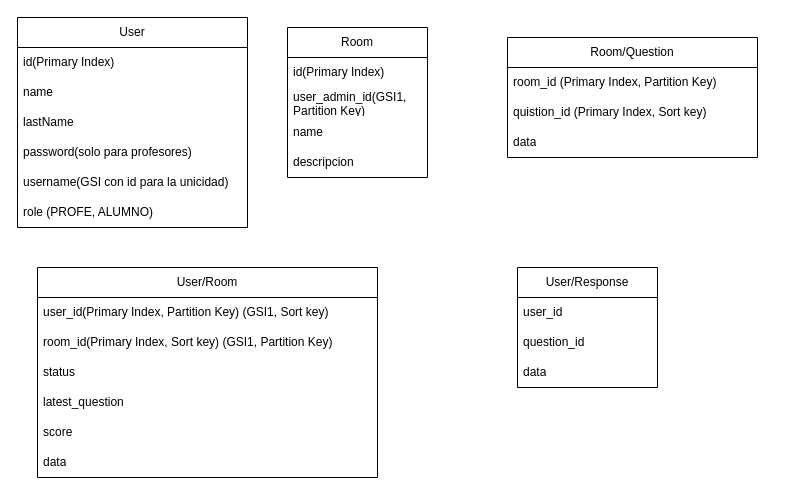
Before: page "Página-3" (4 of 4) of archivos_extras/ArquitecturaBack.drawio in jhimyj/Aula360, a draw.io diagram. Source tidied: cells renumbered, new cells numbered last; positions are measured from the earlier drawing's top-left corner, leaving out a move shared by most shapes. Both pictures are drawn from the tidied source at 100%, with x=0, y=0 at pixel (17, 17).
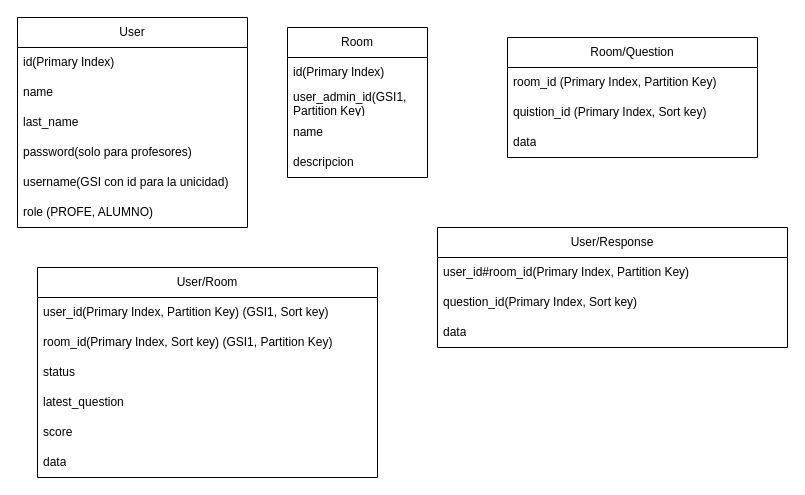
The same diagram, later.

The change refers to these unchanged cells:
```xml
<mxCell id="2" value="User" style="swimlane;fontStyle=0;horizontal=1;startSize=30;whiteSpace=wrap;html=1;" parent="1" vertex="1">
  <mxGeometry width="230" height="210" as="geometry" />
</mxCell>
```

Diff of the diagram source:
```diff
@@
-    <mxCell id="5" value="lastName" style="text;strokeColor=none;fillColor=none;align=left;verticalAlign=middle;spacingLeft=4;spacingRight=4;overflow=hidden;whiteSpace=wrap;html=1;" parent="2" vertex="1">
+    <mxCell id="5" value="last_name" style="text;strokeColor=none;fillColor=none;align=left;verticalAlign=middle;spacingLeft=4;spacingRight=4;overflow=hidden;whiteSpace=wrap;html=1;" parent="2" vertex="1">
       <mxGeometry y="90" width="230" height="30" as="geometry" />
     </mxCell>
@@
     <mxCell id="25" value="User/Response" style="swimlane;fontStyle=0;horizontal=1;startSize=30;whiteSpace=wrap;html=1;" parent="1" vertex="1">
-      <mxGeometry x="500" y="250" width="140" height="120" as="geometry" />
+      <mxGeometry x="420" y="210" width="350" height="120" as="geometry" />
     </mxCell>
-    <mxCell id="26" value="user_id" style="text;strokeColor=none;fillColor=none;align=left;verticalAlign=middle;spacingLeft=4;spacingRight=4;overflow=hidden;whiteSpace=wrap;html=1;" parent="25" vertex="1">
-      <mxGeometry y="30" width="140" height="30" as="geometry" />
+    <mxCell id="26" value="user_id#room_id(Primary Index, Partition Key)" style="text;strokeColor=none;fillColor=none;align=left;verticalAlign=middle;spacingLeft=4;spacingRight=4;overflow=hidden;whiteSpace=wrap;html=1;" parent="25" vertex="1">
+      <mxGeometry y="30" width="350" height="30" as="geometry" />
     </mxCell>
-    <mxCell id="27" value="question_id" style="text;strokeColor=none;fillColor=none;align=left;verticalAlign=middle;spacingLeft=4;spacingRight=4;overflow=hidden;whiteSpace=wrap;html=1;" parent="25" vertex="1">
-      <mxGeometry y="60" width="140" height="30" as="geometry" />
+    <mxCell id="27" value="question_id(Primary Index, Sort key)" style="text;strokeColor=none;fillColor=none;align=left;verticalAlign=middle;spacingLeft=4;spacingRight=4;overflow=hidden;whiteSpace=wrap;html=1;" parent="25" vertex="1">
+      <mxGeometry y="60" width="350" height="30" as="geometry" />
     </mxCell>
     <mxCell id="28" value="data" style="text;strokeColor=none;fillColor=none;align=left;verticalAlign=middle;spacingLeft=4;spacingRight=4;overflow=hidden;whiteSpace=wrap;html=1;" parent="25" vertex="1">
-      <mxGeometry y="90" width="140" height="30" as="geometry" />
+      <mxGeometry y="90" width="350" height="30" as="geometry" />
     </mxCell>
```
